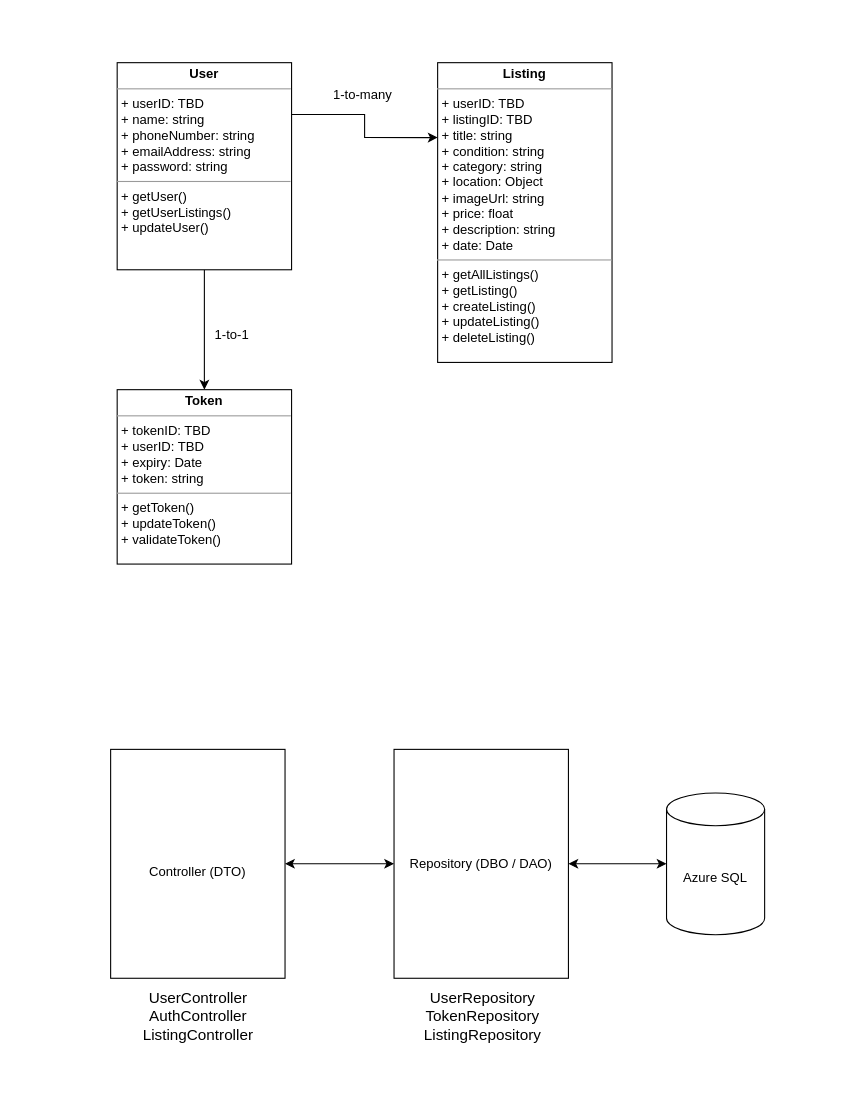
Before: docs/drawio/Untitled Diagram.drawio in devin-efendy/fujiji, a draw.io diagram. Source tidied: cells renumbered, new cells numbered last; positions are measured from the earlier drawing's top-left corner, leaving out a move shared by most shapes. Both pictures are drawn from the tidied source at 109%, with x=0, y=0 at pixel (110, 62).
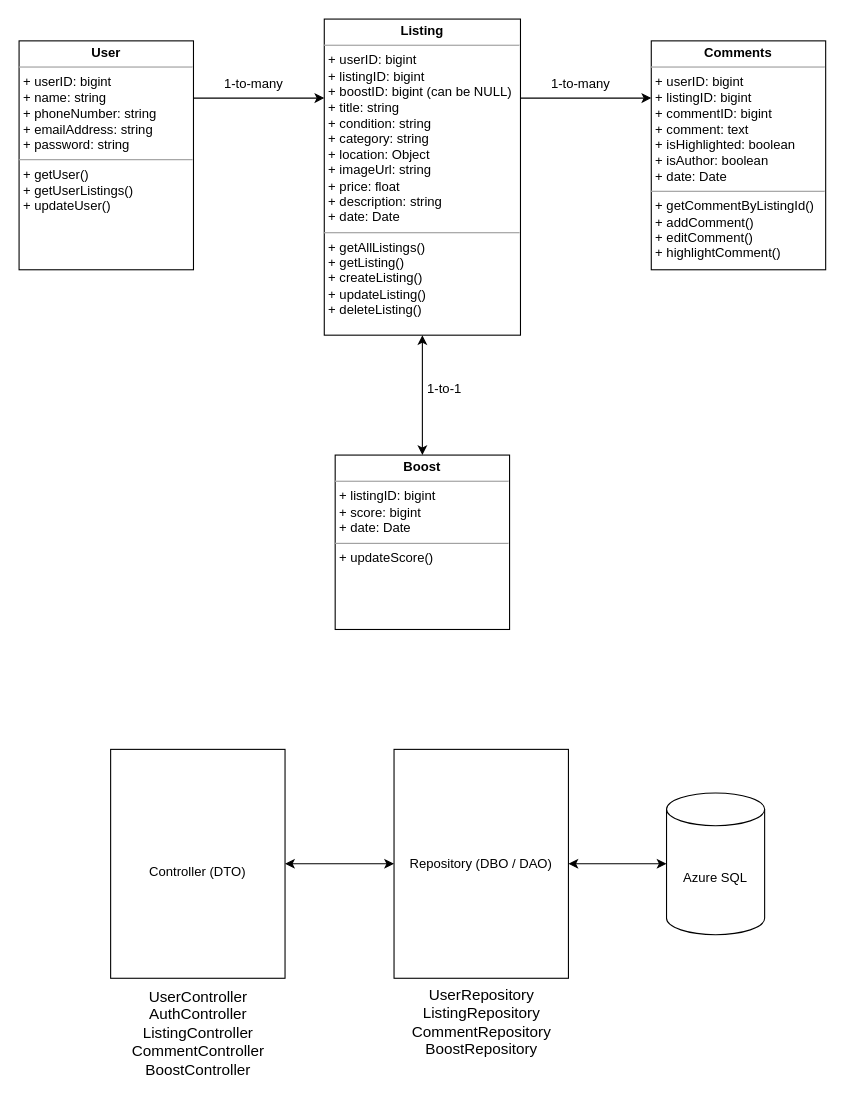
Above is the later version.

Commit message:
finished ClassDiagram for MS2

The edit, as a diff of the source:
```diff
@@
 <mxGraphModel>
   <root>
     <mxCell id="0" />
     <mxCell id="1" parent="0" />
     <mxCell id="2" style="edgeStyle=orthogonalEdgeStyle;rounded=0;jettySize=auto;html=1;exitX=1;exitY=0.25;exitDx=0;exitDy=0;entryX=0;entryY=0.25;entryDx=0;entryDy=0;" parent="1" edge="1" source="4" target="5">
       <mxGeometry relative="1" as="geometry" />
     </mxCell>
-    <mxCell id="3" style="edgeStyle=orthogonalEdgeStyle;rounded=0;jettySize=auto;html=1;exitX=0.5;exitY=1;exitDx=0;exitDy=0;entryX=0.5;entryY=0;entryDx=0;entryDy=0;" parent="1" edge="1" source="4" target="6">
-      <mxGeometry relative="1" as="geometry" />
-    </mxCell>
-    <mxCell id="4" value="&lt;p style=&quot;margin: 0px ; margin-top: 4px ; text-align: center&quot;&gt;&lt;b&gt;User&lt;/b&gt;&lt;/p&gt;&lt;hr size=&quot;1&quot;&gt;&lt;p style=&quot;margin: 0px ; margin-left: 4px&quot;&gt;+ userID: TBD&lt;/p&gt;&lt;p style=&quot;margin: 0px ; margin-left: 4px&quot;&gt;+ name: string&lt;/p&gt;&lt;p style=&quot;margin: 0px ; margin-left: 4px&quot;&gt;+ phoneNumber: string&lt;/p&gt;&lt;p style=&quot;margin: 0px ; margin-left: 4px&quot;&gt;+ emailAddress: string&lt;/p&gt;&lt;p style=&quot;margin: 0px ; margin-left: 4px&quot;&gt;+ password: string&lt;/p&gt;&lt;hr size=&quot;1&quot;&gt;&lt;p style=&quot;margin: 0px ; margin-left: 4px&quot;&gt;+ getUser()&lt;/p&gt;&lt;p style=&quot;margin: 0px ; margin-left: 4px&quot;&gt;+ getUserListings()&lt;/p&gt;&lt;p style=&quot;margin: 0px ; margin-left: 4px&quot;&gt;+ updateUser()&lt;/p&gt;" style="verticalAlign=top;align=left;overflow=fill;fontSize=12;fontFamily=Helvetica;html=1;" parent="1" vertex="1">
-      <mxGeometry x="6" width="160" height="190" as="geometry" />
+    <mxCell id="4" value="&lt;p style=&quot;margin: 0px ; margin-top: 4px ; text-align: center&quot;&gt;&lt;b&gt;User&lt;/b&gt;&lt;/p&gt;&lt;hr size=&quot;1&quot;&gt;&lt;p style=&quot;margin: 0px ; margin-left: 4px&quot;&gt;+ userID: bigint&lt;/p&gt;&lt;p style=&quot;margin: 0px ; margin-left: 4px&quot;&gt;+ name: string&lt;/p&gt;&lt;p style=&quot;margin: 0px ; margin-left: 4px&quot;&gt;+ phoneNumber: string&lt;/p&gt;&lt;p style=&quot;margin: 0px ; margin-left: 4px&quot;&gt;+ emailAddress: string&lt;/p&gt;&lt;p style=&quot;margin: 0px ; margin-left: 4px&quot;&gt;+ password: string&lt;/p&gt;&lt;hr size=&quot;1&quot;&gt;&lt;p style=&quot;margin: 0px ; margin-left: 4px&quot;&gt;+ getUser()&lt;/p&gt;&lt;p style=&quot;margin: 0px ; margin-left: 4px&quot;&gt;+ getUserListings()&lt;/p&gt;&lt;p style=&quot;margin: 0px ; margin-left: 4px&quot;&gt;+ updateUser()&lt;/p&gt;" style="verticalAlign=top;align=left;overflow=fill;fontSize=12;fontFamily=Helvetica;html=1;" parent="1" vertex="1">
+      <mxGeometry x="-84" y="-20" width="160" height="210" as="geometry" />
     </mxCell>
-    <mxCell id="5" value="&lt;p style=&quot;margin: 0px ; margin-top: 4px ; text-align: center&quot;&gt;&lt;b&gt;Listing&lt;/b&gt;&lt;/p&gt;&lt;hr size=&quot;1&quot;&gt;&lt;p style=&quot;margin: 0px ; margin-left: 4px&quot;&gt;+ userID: TBD&lt;/p&gt;&lt;p style=&quot;margin: 0px ; margin-left: 4px&quot;&gt;+ listingID: TBD&lt;br&gt;&lt;/p&gt;&lt;p style=&quot;margin: 0px ; margin-left: 4px&quot;&gt;+ title: string&lt;/p&gt;&lt;p style=&quot;margin: 0px ; margin-left: 4px&quot;&gt;+ condition: string&lt;/p&gt;&lt;p style=&quot;margin: 0px ; margin-left: 4px&quot;&gt;+ category: string&lt;/p&gt;&lt;p style=&quot;margin: 0px ; margin-left: 4px&quot;&gt;+ location: Object&lt;/p&gt;&lt;p style=&quot;margin: 0px ; margin-left: 4px&quot;&gt;+ imageUrl: string&lt;/p&gt;&lt;p style=&quot;margin: 0px ; margin-left: 4px&quot;&gt;+ price: float&lt;/p&gt;&lt;p style=&quot;margin: 0px ; margin-left: 4px&quot;&gt;+ description: string&lt;/p&gt;&lt;p style=&quot;margin: 0px ; margin-left: 4px&quot;&gt;+ date: Date&lt;/p&gt;&lt;hr size=&quot;1&quot;&gt;&lt;p style=&quot;margin: 0px ; margin-left: 4px&quot;&gt;+ getAllListings()&lt;br&gt;&lt;/p&gt;&lt;p style=&quot;margin: 0px ; margin-left: 4px&quot;&gt;+ getListing()&lt;/p&gt;&lt;p style=&quot;margin: 0px ; margin-left: 4px&quot;&gt;+ createListing()&lt;/p&gt;&lt;p style=&quot;margin: 0px ; margin-left: 4px&quot;&gt;+ updateListing()&lt;/p&gt;&lt;p style=&quot;margin: 0px ; margin-left: 4px&quot;&gt;+ deleteListing()&lt;/p&gt;" style="verticalAlign=top;align=left;overflow=fill;fontSize=12;fontFamily=Helvetica;html=1;" parent="1" vertex="1">
-      <mxGeometry x="300" width="160" height="275" as="geometry" />
+    <mxCell id="5" value="&lt;p style=&quot;margin: 0px ; margin-top: 4px ; text-align: center&quot;&gt;&lt;b&gt;Listing&lt;/b&gt;&lt;/p&gt;&lt;hr size=&quot;1&quot;&gt;&lt;p style=&quot;margin: 0px ; margin-left: 4px&quot;&gt;+ userID: bigint&lt;/p&gt;&lt;p style=&quot;margin: 0px ; margin-left: 4px&quot;&gt;+ listingID: bigint&lt;br&gt;&lt;/p&gt;&lt;p style=&quot;margin: 0px ; margin-left: 4px&quot;&gt;+ boostID: bigint (can be NULL)&lt;/p&gt;&lt;p style=&quot;margin: 0px ; margin-left: 4px&quot;&gt;+ title: string&lt;/p&gt;&lt;p style=&quot;margin: 0px ; margin-left: 4px&quot;&gt;+ condition: string&lt;/p&gt;&lt;p style=&quot;margin: 0px ; margin-left: 4px&quot;&gt;+ category: string&lt;/p&gt;&lt;p style=&quot;margin: 0px ; margin-left: 4px&quot;&gt;+ location: Object&lt;/p&gt;&lt;p style=&quot;margin: 0px ; margin-left: 4px&quot;&gt;+ imageUrl: string&lt;/p&gt;&lt;p style=&quot;margin: 0px ; margin-left: 4px&quot;&gt;+ price: float&lt;/p&gt;&lt;p style=&quot;margin: 0px ; margin-left: 4px&quot;&gt;+ description: string&lt;/p&gt;&lt;p style=&quot;margin: 0px ; margin-left: 4px&quot;&gt;+ date: Date&lt;/p&gt;&lt;hr size=&quot;1&quot;&gt;&lt;p style=&quot;margin: 0px ; margin-left: 4px&quot;&gt;+ getAllListings()&lt;br&gt;&lt;/p&gt;&lt;p style=&quot;margin: 0px ; margin-left: 4px&quot;&gt;+ getListing()&lt;/p&gt;&lt;p style=&quot;margin: 0px ; margin-left: 4px&quot;&gt;+ createListing()&lt;/p&gt;&lt;p style=&quot;margin: 0px ; margin-left: 4px&quot;&gt;+ updateListing()&lt;/p&gt;&lt;p style=&quot;margin: 0px ; margin-left: 4px&quot;&gt;+ deleteListing()&lt;/p&gt;" style="verticalAlign=top;align=left;overflow=fill;fontSize=12;fontFamily=Helvetica;html=1;" parent="1" vertex="1">
+      <mxGeometry x="196" y="-40" width="180" height="290" as="geometry" />
     </mxCell>
-    <mxCell id="6" value="&lt;p style=&quot;margin: 0px ; margin-top: 4px ; text-align: center&quot;&gt;&lt;b&gt;Token&lt;/b&gt;&lt;/p&gt;&lt;hr size=&quot;1&quot;&gt;&lt;p style=&quot;margin: 0px ; margin-left: 4px&quot;&gt;+ tokenID: TBD&lt;/p&gt;&lt;p style=&quot;margin: 0px ; margin-left: 4px&quot;&gt;+ userID: TBD&lt;/p&gt;&lt;p style=&quot;margin: 0px ; margin-left: 4px&quot;&gt;+ expiry: Date&lt;/p&gt;&lt;p style=&quot;margin: 0px ; margin-left: 4px&quot;&gt;+ token: string&lt;/p&gt;&lt;hr size=&quot;1&quot;&gt;&lt;p style=&quot;margin: 0px ; margin-left: 4px&quot;&gt;+ getToken()&lt;/p&gt;&lt;p style=&quot;margin: 0px ; margin-left: 4px&quot;&gt;+ updateToken()&lt;/p&gt;&lt;p style=&quot;margin: 0px ; margin-left: 4px&quot;&gt;+ validateToken()&lt;/p&gt;" style="verticalAlign=top;align=left;overflow=fill;fontSize=12;fontFamily=Helvetica;html=1;" parent="1" vertex="1">
-      <mxGeometry x="6" y="300" width="160" height="160" as="geometry" />
+    <mxCell id="6" value="&lt;p style=&quot;margin: 0px ; margin-top: 4px ; text-align: center&quot;&gt;&lt;b&gt;Comments&lt;/b&gt;&lt;/p&gt;&lt;hr size=&quot;1&quot;&gt;&lt;p style=&quot;margin: 0px ; margin-left: 4px&quot;&gt;+ userID: bigint&lt;/p&gt;&lt;p style=&quot;margin: 0px ; margin-left: 4px&quot;&gt;+ listingID: bigint&lt;/p&gt;&lt;p style=&quot;margin: 0px ; margin-left: 4px&quot;&gt;+ commentID: bigint&lt;/p&gt;&lt;p style=&quot;margin: 0px ; margin-left: 4px&quot;&gt;+ comment: text&lt;/p&gt;&lt;p style=&quot;margin: 0px ; margin-left: 4px&quot;&gt;+ isHighlighted: boolean&lt;/p&gt;&lt;p style=&quot;margin: 0px ; margin-left: 4px&quot;&gt;+ isAuthor: boolean&lt;/p&gt;&lt;p style=&quot;margin: 0px ; margin-left: 4px&quot;&gt;+ date: Date&lt;/p&gt;&lt;hr size=&quot;1&quot;&gt;&lt;p style=&quot;margin: 0px ; margin-left: 4px&quot;&gt;+ getCommentByListingId()&lt;/p&gt;&lt;p style=&quot;margin: 0px ; margin-left: 4px&quot;&gt;+ addComment()&lt;/p&gt;&lt;p style=&quot;margin: 0px ; margin-left: 4px&quot;&gt;+ editComment()&lt;/p&gt;&lt;p style=&quot;margin: 0px ; margin-left: 4px&quot;&gt;+ highlightComment()&lt;/p&gt;" style="verticalAlign=top;align=left;overflow=fill;fontSize=12;fontFamily=Helvetica;html=1;" parent="1" vertex="1">
+      <mxGeometry x="496" y="-20" width="160" height="210" as="geometry" />
     </mxCell>
     <mxCell id="7" value="1-to-many" style="text;html=1;align=center;verticalAlign=middle;strokeColor=none;fillColor=none;" parent="1" vertex="1">
-      <mxGeometry x="196" y="20" width="70" height="20" as="geometry" />
+      <mxGeometry x="96" y="10" width="70" height="20" as="geometry" />
     </mxCell>
-    <mxCell id="8" value="1-to-1" style="text;html=1;align=center;verticalAlign=middle;strokeColor=none;fillColor=none;" parent="1" vertex="1">
-      <mxGeometry x="86" y="240" width="50" height="20" as="geometry" />
-    </mxCell>
     <mxCell id="9" value="&lt;br&gt;Controller (DTO)" style="rounded=0;whiteSpace=wrap;html=1;" parent="1" vertex="1">
       <mxGeometry y="630" width="160" height="210" as="geometry" />
     </mxCell>
     <mxCell id="10" value="Repository (DBO / DAO)" style="rounded=0;whiteSpace=wrap;html=1;" parent="1" vertex="1">
       <mxGeometry x="260" y="630" width="160" height="210" as="geometry" />
     </mxCell>
     <mxCell id="11" value="Azure SQL" style="shape=cylinder3;whiteSpace=wrap;html=1;boundedLbl=1;backgroundOutline=1;size=15;" parent="1" vertex="1">
       <mxGeometry x="510" y="670" width="90" height="130" as="geometry" />
     </mxCell>
     <mxCell id="12" style="endArrow=classic;startArrow=classic;html=1;rounded=0;entryX=0;entryY=0.5;entryDx=0;entryDy=0;entryPerimeter=0;exitX=1;exitY=0.5;exitDx=0;exitDy=0;" parent="1" edge="1" source="10" target="11">
       <mxGeometry relative="1" as="geometry" />
     </mxCell>
     <mxCell id="13" style="endArrow=classic;startArrow=classic;html=1;rounded=0;exitX=1;exitY=0.5;exitDx=0;exitDy=0;entryX=0;entryY=0.5;entryDx=0;entryDy=0;" parent="1" edge="1" source="9" target="10">
       <mxGeometry relative="1" as="geometry" />
     </mxCell>
-    <mxCell id="14" value="&lt;font style=&quot;font-size: 14px&quot;&gt;UserController&lt;br&gt;AuthController&lt;br&gt;ListingController&lt;/font&gt;" style="text;html=1;align=center;verticalAlign=middle;strokeColor=none;fillColor=none;" parent="1" vertex="1">
-      <mxGeometry x="20" y="850" width="120" height="50" as="geometry" />
+    <mxCell id="14" value="&lt;font style=&quot;font-size: 14px&quot;&gt;UserController&lt;br&gt;AuthController&lt;br&gt;ListingController&lt;br&gt;CommentController&lt;br&gt;BoostController&lt;br&gt;&lt;/font&gt;" style="text;html=1;align=center;verticalAlign=middle;strokeColor=none;fillColor=none;" parent="1" vertex="1">
+      <mxGeometry x="10" y="850" width="140" height="80" as="geometry" />
     </mxCell>
-    <mxCell id="15" value="&lt;font style=&quot;font-size: 14px&quot;&gt;UserRepository&lt;br&gt;TokenRepository&lt;br&gt;ListingRepository&lt;/font&gt;" style="text;html=1;align=center;verticalAlign=middle;strokeColor=none;fillColor=none;" parent="1" vertex="1">
-      <mxGeometry x="281" y="850" width="120" height="50" as="geometry" />
+    <mxCell id="15" value="&lt;font style=&quot;font-size: 14px&quot;&gt;UserRepository&lt;br&gt;ListingRepository&lt;br&gt;CommentRepository&lt;br&gt;BoostRepository&lt;br&gt;&lt;/font&gt;" style="text;html=1;align=center;verticalAlign=middle;strokeColor=none;fillColor=none;" parent="1" vertex="1">
+      <mxGeometry x="270" y="850" width="140" height="60" as="geometry" />
     </mxCell>
+    <mxCell id="16" value="&lt;p style=&quot;margin: 0px ; margin-top: 4px ; text-align: center&quot;&gt;&lt;b&gt;Boost&lt;/b&gt;&lt;/p&gt;&lt;hr size=&quot;1&quot;&gt;&lt;p style=&quot;margin: 0px ; margin-left: 4px&quot;&gt;+ listingID: bigint&lt;/p&gt;&lt;p style=&quot;margin: 0px ; margin-left: 4px&quot;&gt;+ score: bigint&lt;/p&gt;&lt;p style=&quot;margin: 0px ; margin-left: 4px&quot;&gt;+ date: Date&lt;/p&gt;&lt;hr size=&quot;1&quot;&gt;&lt;p style=&quot;margin: 0px ; margin-left: 4px&quot;&gt;+ updateScore()&lt;/p&gt;" style="verticalAlign=top;align=left;overflow=fill;fontSize=12;fontFamily=Helvetica;html=1;" parent="1" vertex="1">
+      <mxGeometry x="206" y="360" width="160" height="160" as="geometry" />
+    </mxCell>
+    <mxCell id="17" style="edgeStyle=orthogonalEdgeStyle;rounded=0;jettySize=auto;html=1;exitX=1;exitY=0.25;exitDx=0;exitDy=0;entryX=0;entryY=0.25;entryDx=0;entryDy=0;" parent="1" edge="1" source="5" target="6">
+      <mxGeometry relative="1" as="geometry" />
+    </mxCell>
+    <mxCell id="18" value="1-to-many" style="text;html=1;align=center;verticalAlign=middle;strokeColor=none;fillColor=none;" parent="1" vertex="1">
+      <mxGeometry x="396" y="10" width="70" height="20" as="geometry" />
+    </mxCell>
+    <mxCell id="19" style="endArrow=classic;startArrow=classic;html=1;rounded=0;exitX=0.5;exitY=0;exitDx=0;exitDy=0;entryX=0.5;entryY=1;entryDx=0;entryDy=0;" parent="1" edge="1" source="16" target="5">
+      <mxGeometry relative="1" as="geometry" />
+    </mxCell>
+    <mxCell id="8" value="1-to-1" style="text;html=1;align=center;verticalAlign=middle;strokeColor=none;fillColor=none;" parent="1" vertex="1">
+      <mxGeometry x="281" y="290" width="50" height="20" as="geometry" />
+    </mxCell>
   </root>
 </mxGraphModel>
```
